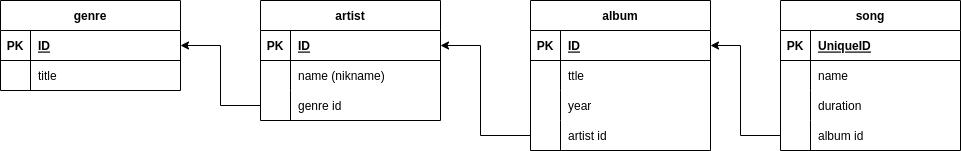
Earlier version of the draw.io export Database types DZ1.drawio 1.png (vov-man/dz-Database-types). Source tidied: cells renumbered, new cells last; positions are measured from the earlier drawing's top-left corner, leaving out a move shared by most shapes.
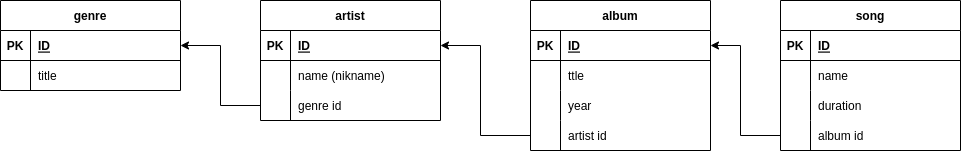
Later version of the same file.

The edit, as a diff of the source:
```diff
@@ -117,7 +117,7 @@
     <mxCell id="36" value="PK" style="shape=partialRectangle;fillColor=none;top=0;left=0;bottom=0;right=0;fontStyle=1;overflow=hidden;" parent="35" vertex="1">
       <mxGeometry width="30" height="30" as="geometry" />
     </mxCell>
-    <mxCell id="37" value="UniqueID" style="shape=partialRectangle;fillColor=none;top=0;left=0;bottom=0;right=0;align=left;spacingLeft=6;fontStyle=5;overflow=hidden;" parent="35" vertex="1">
+    <mxCell id="37" value="ID" style="shape=partialRectangle;fillColor=none;top=0;left=0;bottom=0;right=0;align=left;spacingLeft=6;fontStyle=5;overflow=hidden;" parent="35" vertex="1">
       <mxGeometry x="30" width="150" height="30" as="geometry" />
     </mxCell>
     <mxCell id="38" style="shape=tableRow;horizontal=0;startSize=0;swimlaneHead=0;swimlaneBody=0;fillColor=none;top=0;left=0;right=0;bottom=0;" parent="34" vertex="1">
```
